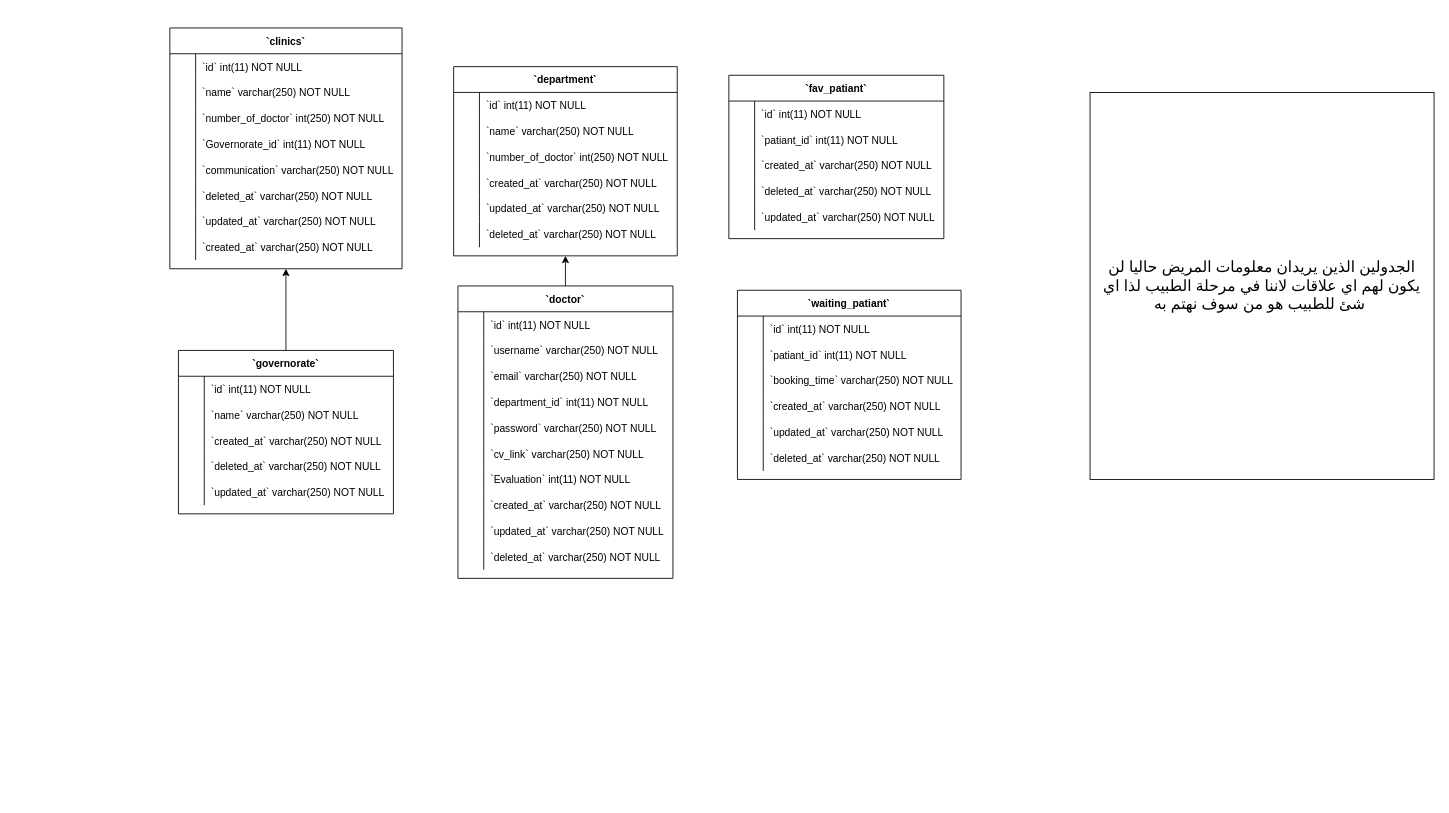
Earlier version of the draw.io diagram doctor/doctor.drawio (mohammed-r-mohsen/graduation_db). Source tidied: cells renumbered, new cells numbered last; positions are measured from the earlier drawing's top-left corner, leaving out a move shared by most shapes. Both pictures are drawn from the tidied source at 86%, with x=0, y=0 at pixel (169, 28).
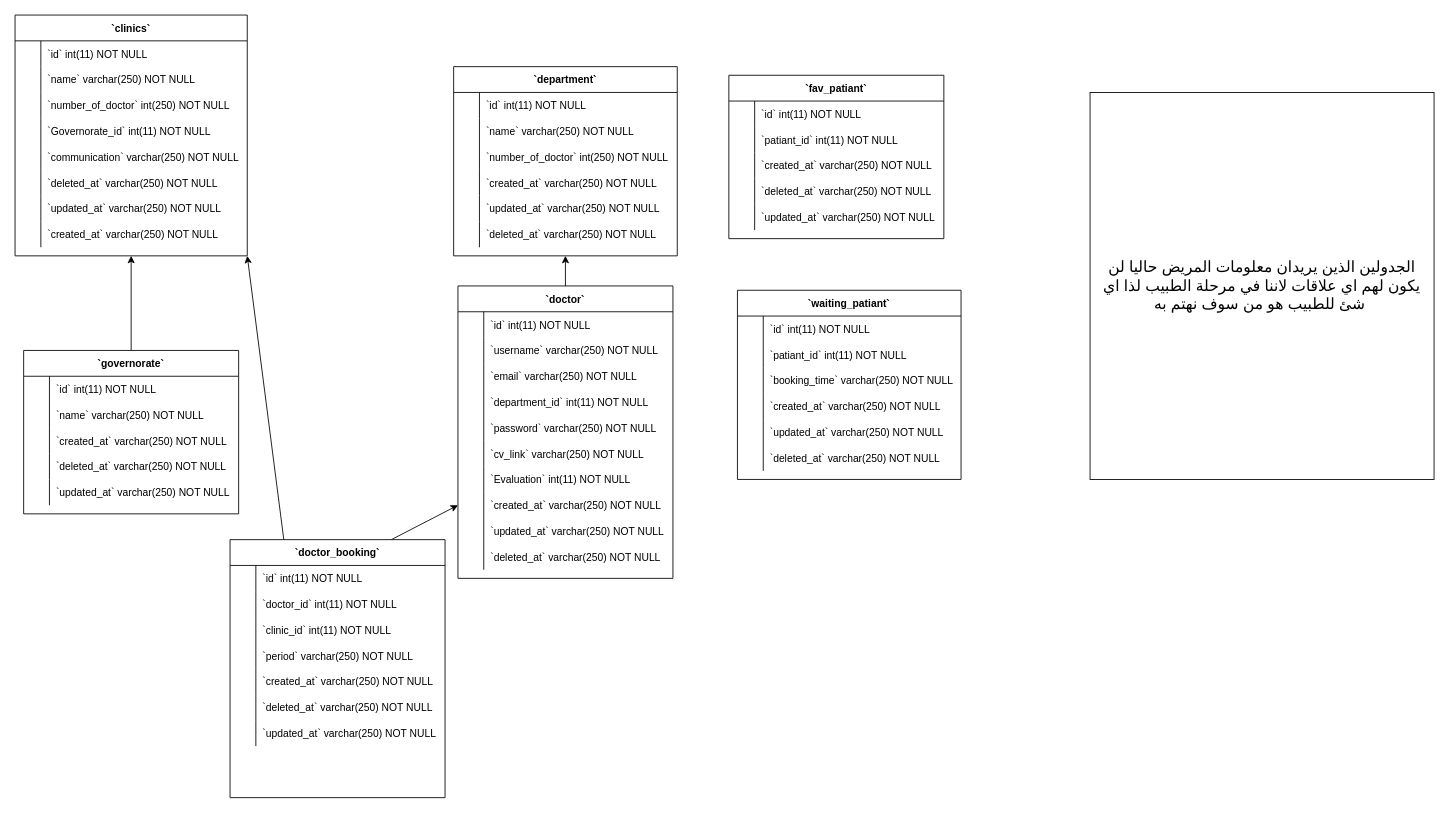
The same diagram, later.

Commit message (it also covers changes not shown here):
doctor booking soluation 1

Unchanged cells that the change refers to:
```xml
<mxCell id="47" value="`doctor`" style="shape=table;startSize=30;childLayout=tableLayout;rowLines=0;fontStyle=1;align=center;" parent="1" vertex="1">
  <mxGeometry x="335" y="300" width="250" height="340" as="geometry" />
</mxCell>
```

The edit, as a diff of the source:
```diff
@@
     <mxCell id="2" value="`clinics`" style="shape=table;startSize=30;childLayout=tableLayout;rowLines=0;fontStyle=1;align=center;" parent="1" vertex="1">
-      <mxGeometry width="270" height="280" as="geometry" />
+      <mxGeometry x="-180" y="-15" width="270" height="280" as="geometry" />
     </mxCell>
@@
     <mxCell id="95" value="`governorate`" style="shape=table;startSize=30;childLayout=tableLayout;rowLines=0;fontStyle=1;align=center;" parent="1" vertex="1">
-      <mxGeometry x="10" y="375" width="250" height="190" as="geometry" />
+      <mxGeometry x="-170" y="375" width="250" height="190" as="geometry" />
     </mxCell>
@@
+    <mxCell id="131" style="edgeStyle=none;html=1;exitX=0.75;exitY=0;exitDx=0;exitDy=0;entryX=0;entryY=0.75;entryDx=0;entryDy=0;fontSize=18;" parent="1" edge="1" source="133" target="47">
+      <mxGeometry relative="1" as="geometry" />
+    </mxCell>
+    <mxCell id="132" style="edgeStyle=none;html=1;exitX=0.25;exitY=0;exitDx=0;exitDy=0;entryX=1;entryY=1;entryDx=0;entryDy=0;fontSize=18;" parent="1" edge="1" source="133" target="2">
+      <mxGeometry relative="1" as="geometry" />
+    </mxCell>
+    <mxCell id="133" value="`doctor_booking`" style="shape=table;startSize=30;childLayout=tableLayout;rowLines=0;fontStyle=1;align=center;" parent="1" vertex="1">
+      <mxGeometry x="70" y="595" width="250" height="300" as="geometry" />
+    </mxCell>
+    <mxCell id="134" style="shape=partialRectangle;fillColor=none;top=0;left=0;right=0;bottom=0;" parent="133" vertex="1">
+      <mxGeometry y="30" width="250" height="30" as="geometry" />
+    </mxCell>
+    <mxCell id="135" style="shape=partialRectangle;overflow=hidden;fillColor=none;top=0;left=0;bottom=0;right=0;" parent="134" vertex="1">
+      <mxGeometry width="30" height="30" as="geometry" />
+    </mxCell>
+    <mxCell id="136" value="`id` int(11) NOT NULL" style="shape=partialRectangle;overflow=hidden;fillColor=none;top=0;left=0;bottom=0;right=0;align=left;spacingLeft=6;" parent="134" vertex="1">
+      <mxGeometry x="30" width="220" height="30" as="geometry" />
+    </mxCell>
+    <mxCell id="137" style="shape=partialRectangle;fillColor=none;top=0;left=0;right=0;bottom=0;" parent="133" vertex="1">
+      <mxGeometry y="60" width="250" height="30" as="geometry" />
+    </mxCell>
+    <mxCell id="138" style="shape=partialRectangle;overflow=hidden;fillColor=none;top=0;left=0;bottom=0;right=0;" parent="137" vertex="1">
+      <mxGeometry width="30" height="30" as="geometry" />
+    </mxCell>
+    <mxCell id="139" value="`doctor_id` int(11) NOT NULL" style="shape=partialRectangle;overflow=hidden;fillColor=none;top=0;left=0;bottom=0;right=0;align=left;spacingLeft=6;" parent="137" vertex="1">
+      <mxGeometry x="30" width="220" height="30" as="geometry" />
+    </mxCell>
+    <mxCell id="140" style="shape=partialRectangle;fillColor=none;top=0;left=0;right=0;bottom=0;" parent="133" vertex="1">
+      <mxGeometry y="90" width="250" height="30" as="geometry" />
+    </mxCell>
+    <mxCell id="141" style="shape=partialRectangle;overflow=hidden;fillColor=none;top=0;left=0;bottom=0;right=0;" parent="140" vertex="1">
+      <mxGeometry width="30" height="30" as="geometry" />
+    </mxCell>
+    <mxCell id="142" value="`clinic_id` int(11) NOT NULL" style="shape=partialRectangle;overflow=hidden;fillColor=none;top=0;left=0;bottom=0;right=0;align=left;spacingLeft=6;" parent="140" vertex="1">
+      <mxGeometry x="30" width="220" height="30" as="geometry" />
+    </mxCell>
+    <mxCell id="143" style="shape=partialRectangle;fillColor=none;top=0;left=0;right=0;bottom=0;" parent="133" vertex="1">
+      <mxGeometry y="120" width="250" height="30" as="geometry" />
+    </mxCell>
+    <mxCell id="144" style="shape=partialRectangle;overflow=hidden;fillColor=none;top=0;left=0;bottom=0;right=0;" parent="143" vertex="1">
+      <mxGeometry width="30" height="30" as="geometry" />
+    </mxCell>
+    <mxCell id="145" value="`period` varchar(250) NOT NULL" style="shape=partialRectangle;overflow=hidden;fillColor=none;top=0;left=0;bottom=0;right=0;align=left;spacingLeft=6;" parent="143" vertex="1">
+      <mxGeometry x="30" width="220" height="30" as="geometry" />
+    </mxCell>
+    <mxCell id="146" style="shape=partialRectangle;fillColor=none;top=0;left=0;right=0;bottom=0;" parent="133" vertex="1">
+      <mxGeometry y="150" width="250" height="30" as="geometry" />
+    </mxCell>
+    <mxCell id="147" style="shape=partialRectangle;overflow=hidden;fillColor=none;top=0;left=0;bottom=0;right=0;" parent="146" vertex="1">
+      <mxGeometry width="30" height="30" as="geometry" />
+    </mxCell>
+    <mxCell id="148" value="`created_at` varchar(250) NOT NULL" style="shape=partialRectangle;overflow=hidden;fillColor=none;top=0;left=0;bottom=0;right=0;align=left;spacingLeft=6;" parent="146" vertex="1">
+      <mxGeometry x="30" width="220" height="30" as="geometry" />
+    </mxCell>
+    <mxCell id="149" style="shape=partialRectangle;fillColor=none;top=0;left=0;right=0;bottom=0;" parent="133" vertex="1">
+      <mxGeometry y="180" width="250" height="30" as="geometry" />
+    </mxCell>
+    <mxCell id="150" style="shape=partialRectangle;overflow=hidden;fillColor=none;top=0;left=0;bottom=0;right=0;" parent="149" vertex="1">
+      <mxGeometry width="30" height="30" as="geometry" />
+    </mxCell>
+    <mxCell id="151" value="`deleted_at` varchar(250) NOT NULL" style="shape=partialRectangle;overflow=hidden;fillColor=none;top=0;left=0;bottom=0;right=0;align=left;spacingLeft=6;" parent="149" vertex="1">
+      <mxGeometry x="30" width="220" height="30" as="geometry" />
+    </mxCell>
+    <mxCell id="152" style="shape=partialRectangle;fillColor=none;top=0;left=0;right=0;bottom=0;" parent="133" vertex="1">
+      <mxGeometry y="210" width="250" height="30" as="geometry" />
+    </mxCell>
+    <mxCell id="153" style="shape=partialRectangle;overflow=hidden;fillColor=none;top=0;left=0;bottom=0;right=0;" parent="152" vertex="1">
+      <mxGeometry width="30" height="30" as="geometry" />
+    </mxCell>
+    <mxCell id="154" value="`updated_at` varchar(250) NOT NULL" style="shape=partialRectangle;overflow=hidden;fillColor=none;top=0;left=0;bottom=0;right=0;align=left;spacingLeft=6;" parent="152" vertex="1">
+      <mxGeometry x="30" width="220" height="30" as="geometry" />
+    </mxCell>
```
